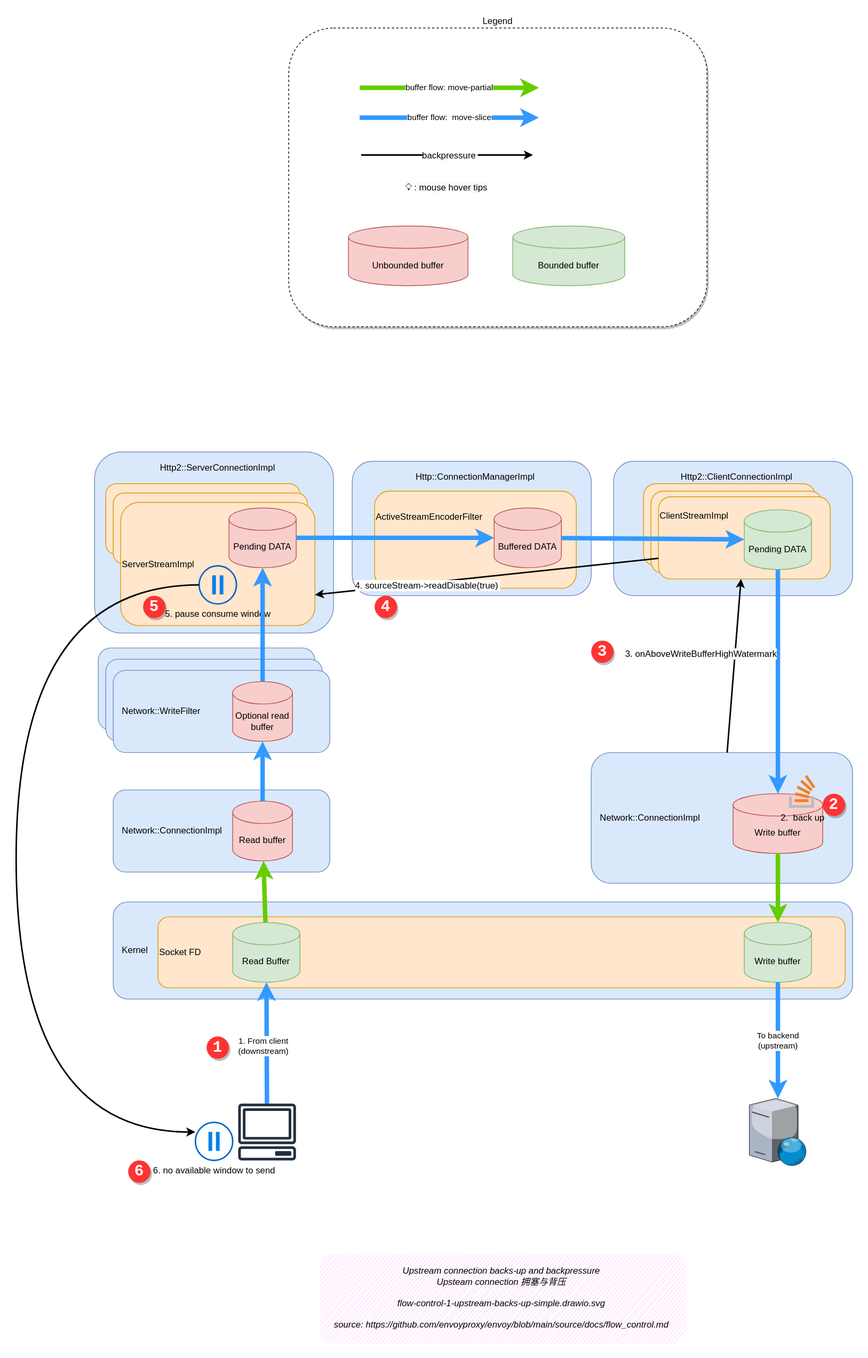
labilezhu/istio-insider keeps this draw.io diagram as docs/source/ch2-envoy/arch/flow-control/flow-control-1-upstream-backs-up-simple.drawio.svg. Above is the earlier version. Source tidied: cells renumbered, new cells last; positions are measured from the earlier drawing's top-left corner, leaving out a move shared by most shapes.
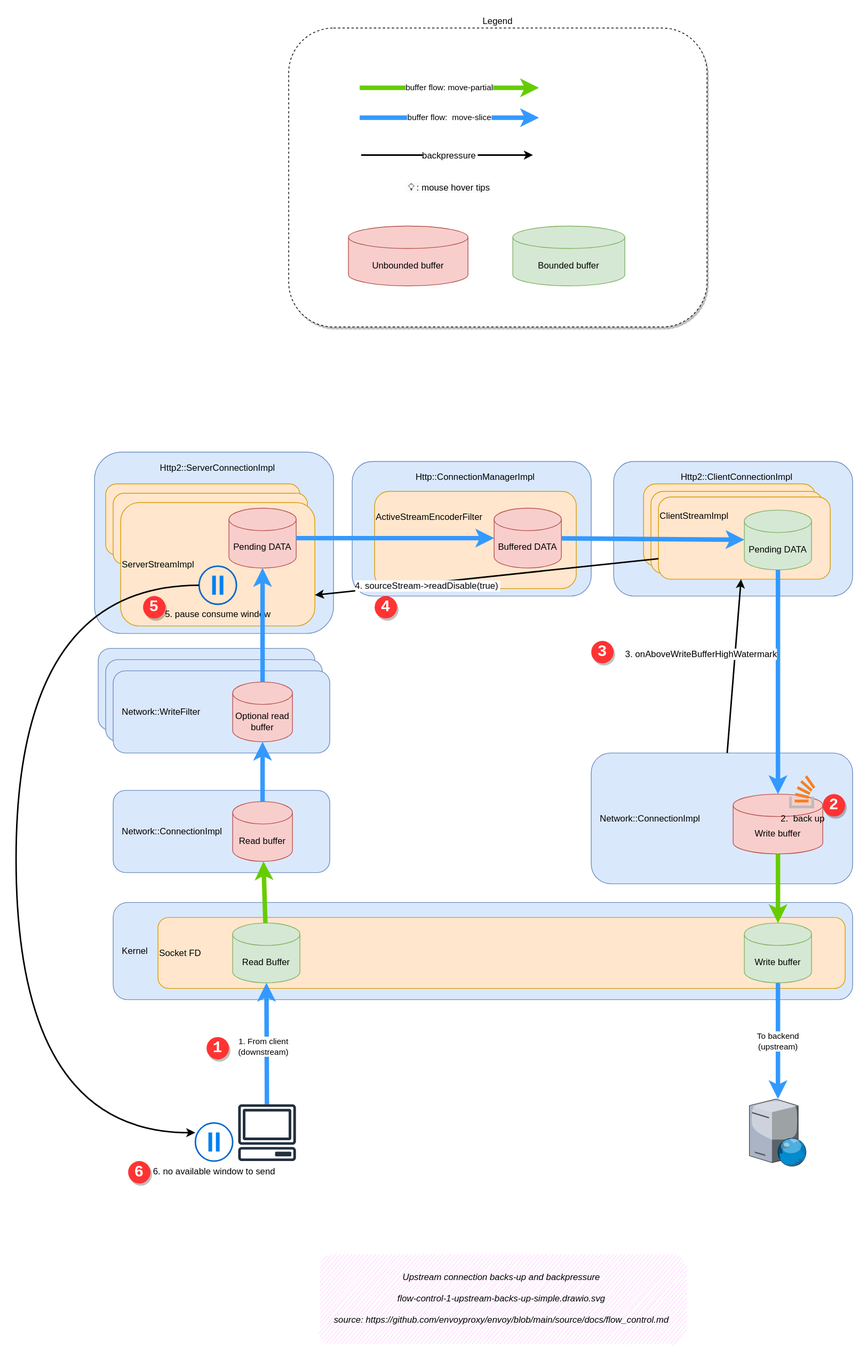
After the change.

What changed in the source:
```diff
@@ -14,7 +14,7 @@
     <mxCell id="5" value="Ssl::WriteFilter" style="rounded=1;whiteSpace=wrap;html=1;fillColor=#dae8fc;strokeColor=#6c8ebf;align=left;spacingLeft=10;" parent="1" vertex="1">
       <mxGeometry x="120" y="845" width="290" height="110" as="geometry" />
     </mxCell>
-    <object id="6" label="&lt;font style=&quot;&quot;&gt;Upstream connection backs-up and backpressure&lt;br&gt;Upsteam connection 拥塞与背压&lt;br&gt;&lt;br&gt;%page%&lt;br&gt;&lt;br&gt;source:&amp;nbsp;&lt;a href=&quot;https://github.com/envoyproxy/envoy/blob/main/source/docs/flow_control.md&quot;&gt;https://github.com/envoyproxy/envoy/blob/main/source/docs/flow_control.md&lt;/a&gt;&lt;br&gt;&lt;/font&gt;" a="b" placeholders="1">
+    <object id="6" label="&lt;font style=&quot;&quot;&gt;Upstream connection backs-up and backpressure&lt;br&gt;&lt;br&gt;%page%&lt;br&gt;&lt;br&gt;source:&amp;nbsp;&lt;a href=&quot;https://github.com/envoyproxy/envoy/blob/main/source/docs/flow_control.md&quot;&gt;https://github.com/envoyproxy/envoy/blob/main/source/docs/flow_control.md&lt;/a&gt;&lt;br&gt;&lt;/font&gt;" a="b" placeholders="1">
       <mxCell style="text;html=1;strokeColor=none;fillColor=#FFCCFF;align=center;verticalAlign=middle;whiteSpace=wrap;rounded=1;glass=0;sketch=1;shadow=0;fontStyle=2;fontSize=12;" parent="1" vertex="1">
         <mxGeometry x="405" y="1640" width="490" height="120" as="geometry" />
       </mxCell>
```
